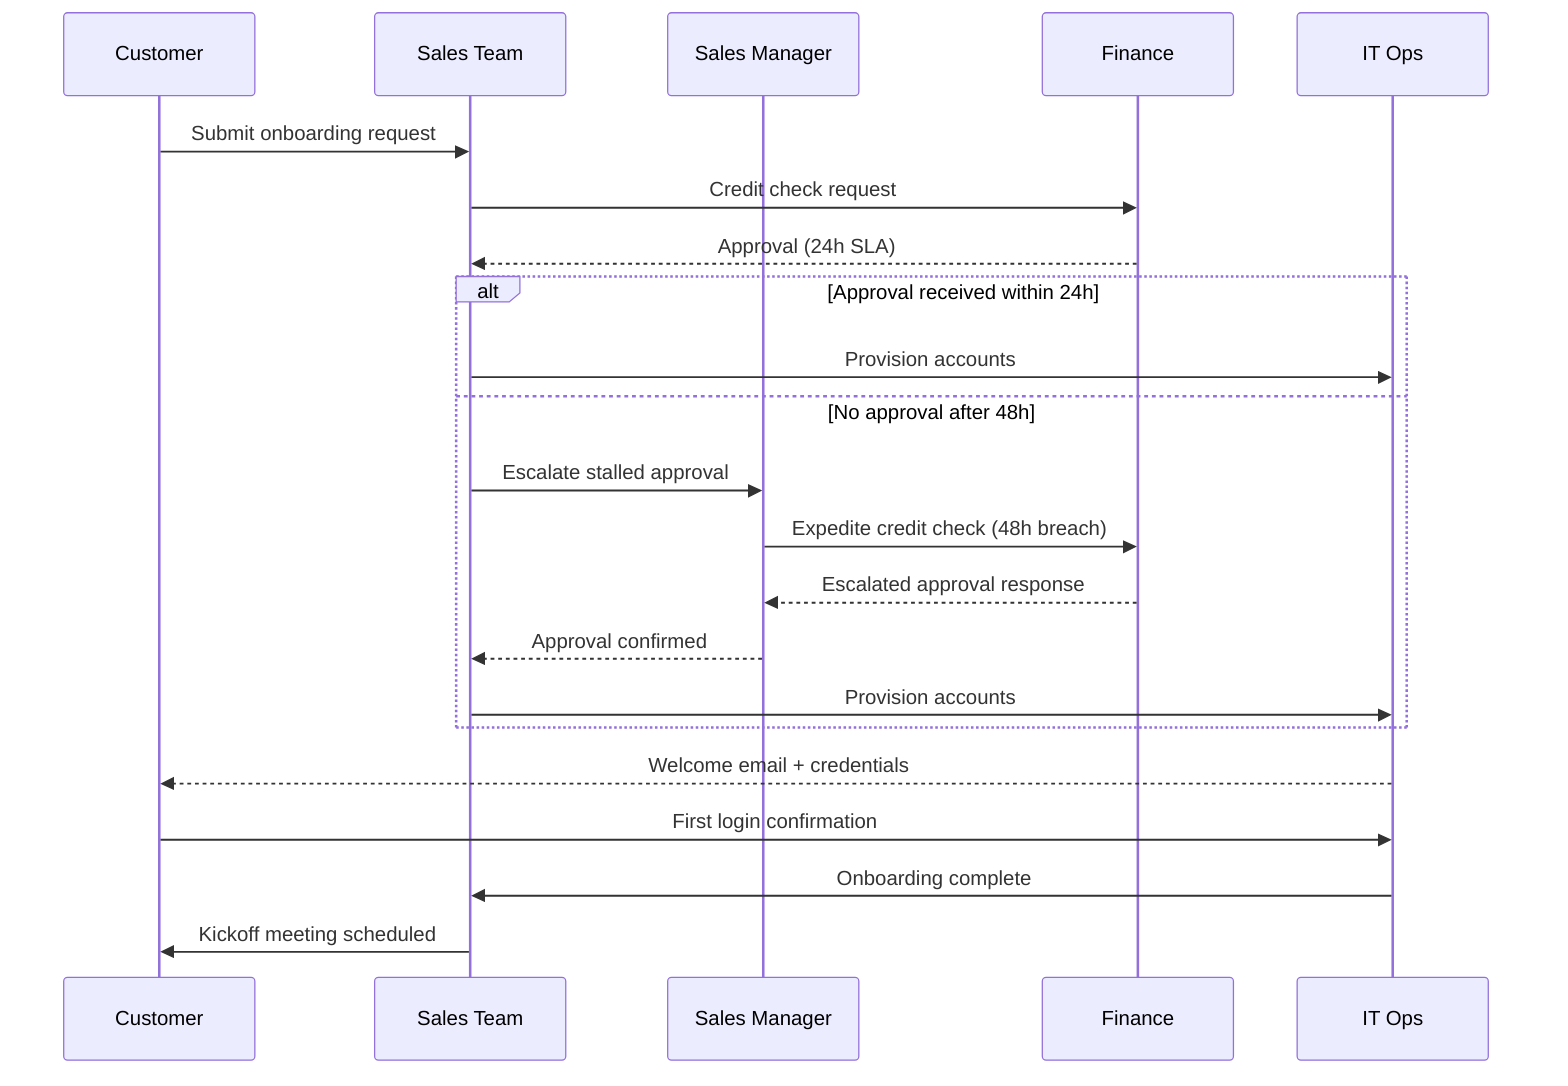
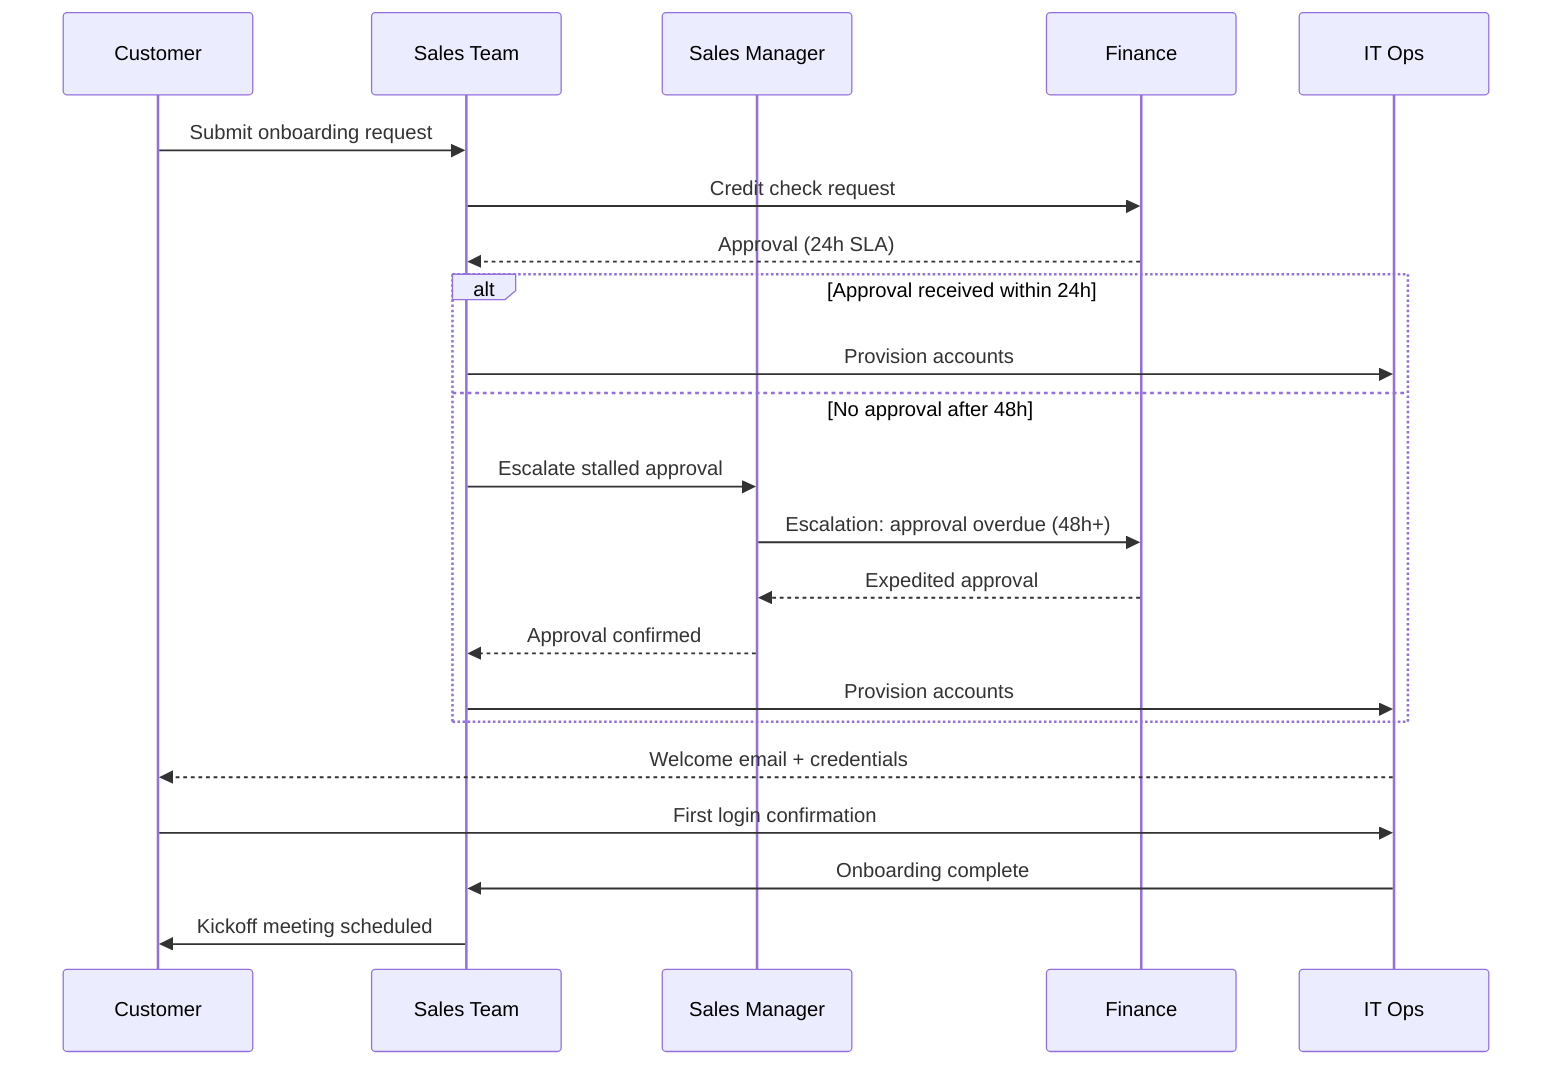
sequenceDiagram
    participant C as Customer
    participant S as Sales Team
    participant M as Sales Manager
    participant F as Finance
    participant IT as IT Ops

    C->>S: Submit onboarding request
    S->>F: Credit check request
    F-->>S: Approval (24h SLA)

    %% ⚡ CHANGED SECTION
    alt Approval received within 24h
        S->>IT: Provision accounts
    else No approval after 48h
        S->>M: Escalate stalled approval
-         M->>F: Expedite credit check (48h breach)
-         F-->>M: Escalated approval response
+         M->>F: Escalation: approval overdue (48h+)
+         F-->>M: Expedited approval
        M-->>S: Approval confirmed
        S->>IT: Provision accounts
    end
    %% ⚡ END CHANGED SECTION

    IT-->>C: Welcome email + credentials
    C->>IT: First login confirmation
    IT->>S: Onboarding complete
    S->>C: Kickoff meeting scheduled